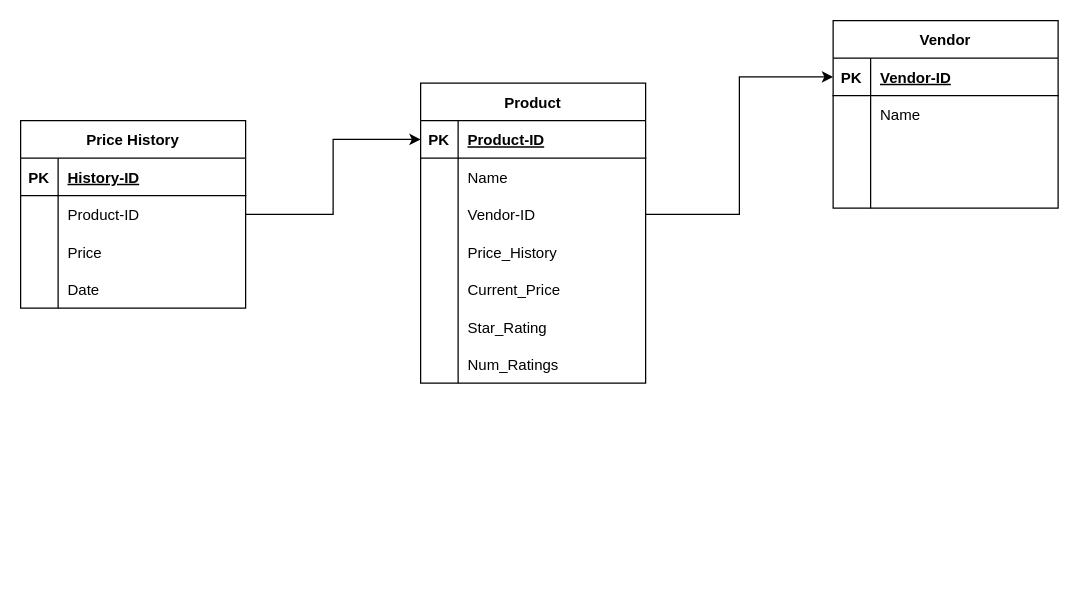
This is page "Page-1" (1 of 2) of db.drawio from willowsalicaceae/pluginpricing, a draw.io file, before an edit. Source tidied: cells renumbered, new cells numbered last; positions are measured from the earlier drawing's top-left corner, leaving out a move shared by most shapes. Both pictures are drawn from the tidied source at 125%, with x=0, y=0 at pixel (20, 20).
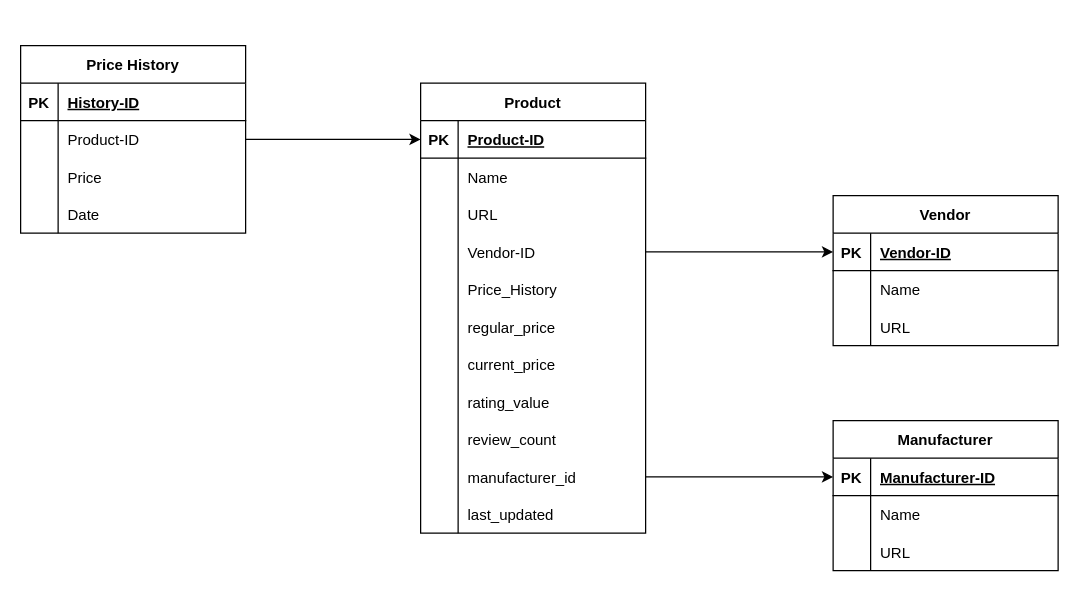
The same diagram, later.

Unchanged cells that the change refers to:
```xml
<mxCell id="9" style="shape=tableRow;horizontal=0;startSize=0;swimlaneHead=0;swimlaneBody=0;fillColor=none;top=0;left=0;right=0;bottom=0;" parent="2" vertex="1">
  <mxGeometry y="90" width="180" height="30" as="geometry" />
</mxCell>
```

Change to the diagram source:
```diff
@@
     <mxCell id="2" value="Vendor" style="shape=table;startSize=30;childLayout=tableLayout;rowLines=0;fontStyle=1;align=center;" parent="1" vertex="1">
-      <mxGeometry x="650" width="180" height="150" as="geometry" />
+      <mxGeometry x="650" y="140" width="180" height="120" as="geometry" />
     </mxCell>
@@
-    <mxCell id="11" style="shape=partialRectangle;fillColor=none;top=0;left=0;bottom=0;right=0;align=left;spacingLeft=6;overflow=hidden;" parent="9" vertex="1">
+    <mxCell id="11" value="URL" style="shape=partialRectangle;fillColor=none;top=0;left=0;bottom=0;right=0;align=left;spacingLeft=6;overflow=hidden;" parent="9" vertex="1">
       <mxGeometry x="30" width="150" height="30" as="geometry" />
     </mxCell>
-    <mxCell id="12" style="shape=tableRow;horizontal=0;startSize=0;swimlaneHead=0;swimlaneBody=0;fillColor=none;top=0;left=0;right=0;bottom=0;" parent="2" vertex="1">
-      <mxGeometry y="120" width="180" height="30" as="geometry" />
-    </mxCell>
-    <mxCell id="13" style="shape=partialRectangle;fillColor=none;top=0;left=0;bottom=0;right=0;overflow=hidden;" parent="12" vertex="1">
-      <mxGeometry width="30" height="30" as="geometry" />
-    </mxCell>
-    <mxCell id="14" style="shape=partialRectangle;fillColor=none;top=0;left=0;bottom=0;right=0;align=left;spacingLeft=6;overflow=hidden;" parent="12" vertex="1">
-      <mxGeometry x="30" width="150" height="30" as="geometry" />
-    </mxCell>
     <mxCell id="15" value="Product" style="shape=table;startSize=30;childLayout=tableLayout;rowLines=0;fontStyle=1;align=center;" parent="1" vertex="1">
-      <mxGeometry x="320" y="50" width="180" height="240" as="geometry" />
+      <mxGeometry x="320" y="50" width="180" height="360" as="geometry" />
     </mxCell>
@@
+    <mxCell id="52" style="shape=tableRow;horizontal=0;startSize=0;swimlaneHead=0;swimlaneBody=0;fillColor=none;top=0;left=0;right=0;bottom=0;" parent="15" vertex="1">
+      <mxGeometry y="90" width="180" height="30" as="geometry" />
+    </mxCell>
+    <mxCell id="53" style="shape=partialRectangle;fillColor=none;top=0;left=0;bottom=0;right=0;overflow=hidden;" parent="52" vertex="1">
+      <mxGeometry width="30" height="30" as="geometry" />
+    </mxCell>
+    <mxCell id="54" value="URL" style="shape=partialRectangle;fillColor=none;top=0;left=0;bottom=0;right=0;align=left;spacingLeft=6;overflow=hidden;" parent="52" vertex="1">
+      <mxGeometry x="30" width="150" height="30" as="geometry" />
+    </mxCell>
     <mxCell id="22" style="shape=tableRow;horizontal=0;startSize=0;swimlaneHead=0;swimlaneBody=0;fillColor=none;points=[[0,0.5],[1,0.5]];portConstraint=eastwest;top=0;left=0;right=0;bottom=0;" parent="15" vertex="1">
-      <mxGeometry y="90" width="180" height="30" as="geometry" />
+      <mxGeometry y="120" width="180" height="30" as="geometry" />
     </mxCell>
@@
     <mxCell id="25" style="shape=tableRow;horizontal=0;startSize=0;swimlaneHead=0;swimlaneBody=0;fillColor=none;top=0;left=0;right=0;bottom=0;" parent="15" vertex="1">
-      <mxGeometry y="120" width="180" height="30" as="geometry" />
+      <mxGeometry y="150" width="180" height="30" as="geometry" />
     </mxCell>
@@
+    <mxCell id="55" style="shape=tableRow;horizontal=0;startSize=0;swimlaneHead=0;swimlaneBody=0;fillColor=none;top=0;left=0;right=0;bottom=0;" parent="15" vertex="1">
+      <mxGeometry y="180" width="180" height="30" as="geometry" />
+    </mxCell>
+    <mxCell id="56" style="shape=partialRectangle;fillColor=none;top=0;left=0;bottom=0;right=0;overflow=hidden;" parent="55" vertex="1">
+      <mxGeometry width="30" height="30" as="geometry" />
+    </mxCell>
+    <mxCell id="57" value="regular_price" style="shape=partialRectangle;fillColor=none;top=0;left=0;bottom=0;right=0;align=left;spacingLeft=6;overflow=hidden;" parent="55" vertex="1">
+      <mxGeometry x="30" width="150" height="30" as="geometry" />
+    </mxCell>
     <mxCell id="28" style="shape=tableRow;horizontal=0;startSize=0;swimlaneHead=0;swimlaneBody=0;fillColor=none;top=0;left=0;right=0;bottom=0;" parent="15" vertex="1">
-      <mxGeometry y="150" width="180" height="30" as="geometry" />
+      <mxGeometry y="210" width="180" height="30" as="geometry" />
     </mxCell>
@@
-    <mxCell id="30" value="Current_Price" style="shape=partialRectangle;fillColor=none;top=0;left=0;bottom=0;right=0;align=left;spacingLeft=6;overflow=hidden;" parent="28" vertex="1">
+    <mxCell id="30" value="current_price" style="shape=partialRectangle;fillColor=none;top=0;left=0;bottom=0;right=0;align=left;spacingLeft=6;overflow=hidden;" parent="28" vertex="1">
       <mxGeometry x="30" width="150" height="30" as="geometry" />
     </mxCell>
     <mxCell id="31" style="shape=tableRow;horizontal=0;startSize=0;swimlaneHead=0;swimlaneBody=0;fillColor=none;top=0;left=0;right=0;bottom=0;" parent="15" vertex="1">
-      <mxGeometry y="180" width="180" height="30" as="geometry" />
+      <mxGeometry y="240" width="180" height="30" as="geometry" />
     </mxCell>
@@
-    <mxCell id="33" value="Star_Rating" style="shape=partialRectangle;fillColor=none;top=0;left=0;bottom=0;right=0;align=left;spacingLeft=6;overflow=hidden;" parent="31" vertex="1">
+    <mxCell id="33" value="rating_value    " style="shape=partialRectangle;fillColor=none;top=0;left=0;bottom=0;right=0;align=left;spacingLeft=6;overflow=hidden;" parent="31" vertex="1">
       <mxGeometry x="30" width="150" height="30" as="geometry" />
     </mxCell>
     <mxCell id="34" style="shape=tableRow;horizontal=0;startSize=0;swimlaneHead=0;swimlaneBody=0;fillColor=none;top=0;left=0;right=0;bottom=0;" parent="15" vertex="1">
-      <mxGeometry y="210" width="180" height="30" as="geometry" />
+      <mxGeometry y="270" width="180" height="30" as="geometry" />
     </mxCell>
@@
-    <mxCell id="36" value="Num_Ratings" style="shape=partialRectangle;fillColor=none;top=0;left=0;bottom=0;right=0;align=left;spacingLeft=6;overflow=hidden;" parent="34" vertex="1">
+    <mxCell id="36" value="review_count" style="shape=partialRectangle;fillColor=none;top=0;left=0;bottom=0;right=0;align=left;spacingLeft=6;overflow=hidden;" parent="34" vertex="1">
       <mxGeometry x="30" width="150" height="30" as="geometry" />
     </mxCell>
+    <mxCell id="58" style="shape=tableRow;horizontal=0;startSize=0;swimlaneHead=0;swimlaneBody=0;fillColor=none;points=[[0,0.5],[1,0.5]];portConstraint=eastwest;top=0;left=0;right=0;bottom=0;" parent="15" vertex="1">
+      <mxGeometry y="300" width="180" height="30" as="geometry" />
+    </mxCell>
+    <mxCell id="59" style="shape=partialRectangle;fillColor=none;top=0;left=0;bottom=0;right=0;overflow=hidden;" parent="58" vertex="1">
+      <mxGeometry width="30" height="30" as="geometry" />
+    </mxCell>
+    <mxCell id="60" value="manufacturer_id" style="shape=partialRectangle;fillColor=none;top=0;left=0;bottom=0;right=0;align=left;spacingLeft=6;overflow=hidden;" parent="58" vertex="1">
+      <mxGeometry x="30" width="150" height="30" as="geometry" />
+    </mxCell>
+    <mxCell id="61" style="shape=tableRow;horizontal=0;startSize=0;swimlaneHead=0;swimlaneBody=0;fillColor=none;top=0;left=0;right=0;bottom=0;" parent="15" vertex="1">
+      <mxGeometry y="330" width="180" height="30" as="geometry" />
+    </mxCell>
+    <mxCell id="62" style="shape=partialRectangle;fillColor=none;top=0;left=0;bottom=0;right=0;overflow=hidden;" parent="61" vertex="1">
+      <mxGeometry width="30" height="30" as="geometry" />
+    </mxCell>
+    <mxCell id="63" value="last_updated" style="shape=partialRectangle;fillColor=none;top=0;left=0;bottom=0;right=0;align=left;spacingLeft=6;overflow=hidden;" parent="61" vertex="1">
+      <mxGeometry x="30" width="150" height="30" as="geometry" />
+    </mxCell>
@@
     <mxCell id="39" value="Price History" style="shape=table;startSize=30;childLayout=tableLayout;rowLines=0;fontStyle=1;align=center;" parent="1" vertex="1">
-      <mxGeometry y="80" width="180" height="150" as="geometry" />
+      <mxGeometry y="20" width="180" height="150" as="geometry" />
     </mxCell>
@@
+    <mxCell id="64" value="Manufacturer" style="shape=table;startSize=30;childLayout=tableLayout;rowLines=0;fontStyle=1;align=center;" parent="1" vertex="1">
+      <mxGeometry x="650" y="320" width="180" height="120" as="geometry" />
+    </mxCell>
+    <mxCell id="65" style="shape=tableRow;horizontal=0;startSize=0;swimlaneHead=0;swimlaneBody=0;fillColor=none;points=[[0,0.5],[1,0.5]];portConstraint=eastwest;top=0;left=0;right=0;bottom=1;" parent="64" vertex="1">
+      <mxGeometry y="30" width="180" height="30" as="geometry" />
+    </mxCell>
+    <mxCell id="66" value="PK" style="shape=partialRectangle;fillColor=none;top=0;left=0;bottom=0;right=0;fontStyle=1;overflow=hidden;" parent="65" vertex="1">
+      <mxGeometry width="30" height="30" as="geometry" />
+    </mxCell>
+    <mxCell id="67" value="Manufacturer-ID" style="shape=partialRectangle;fillColor=none;top=0;left=0;bottom=0;right=0;align=left;spacingLeft=6;fontStyle=5;overflow=hidden;" parent="65" vertex="1">
+      <mxGeometry x="30" width="150" height="30" as="geometry" />
+    </mxCell>
+    <mxCell id="68" style="shape=tableRow;horizontal=0;startSize=0;swimlaneHead=0;swimlaneBody=0;fillColor=none;top=0;left=0;right=0;bottom=0;" parent="64" vertex="1">
+      <mxGeometry y="60" width="180" height="30" as="geometry" />
+    </mxCell>
+    <mxCell id="69" style="shape=partialRectangle;fillColor=none;top=0;left=0;bottom=0;right=0;overflow=hidden;" parent="68" vertex="1">
+      <mxGeometry width="30" height="30" as="geometry" />
+    </mxCell>
+    <mxCell id="70" value="Name" style="shape=partialRectangle;fillColor=none;top=0;left=0;bottom=0;right=0;align=left;spacingLeft=6;overflow=hidden;" parent="68" vertex="1">
+      <mxGeometry x="30" width="150" height="30" as="geometry" />
+    </mxCell>
+    <mxCell id="71" style="shape=tableRow;horizontal=0;startSize=0;swimlaneHead=0;swimlaneBody=0;fillColor=none;top=0;left=0;right=0;bottom=0;" parent="64" vertex="1">
+      <mxGeometry y="90" width="180" height="30" as="geometry" />
+    </mxCell>
+    <mxCell id="72" style="shape=partialRectangle;fillColor=none;top=0;left=0;bottom=0;right=0;overflow=hidden;" parent="71" vertex="1">
+      <mxGeometry width="30" height="30" as="geometry" />
+    </mxCell>
+    <mxCell id="73" value="URL" style="shape=partialRectangle;fillColor=none;top=0;left=0;bottom=0;right=0;align=left;spacingLeft=6;overflow=hidden;" parent="71" vertex="1">
+      <mxGeometry x="30" width="150" height="30" as="geometry" />
+    </mxCell>
+    <mxCell id="74" style="edgeStyle=orthogonalEdgeStyle;rounded=0;jettySize=auto;html=1;" parent="1" edge="1" source="58" target="65">
+      <mxGeometry relative="1" as="geometry" />
+    </mxCell>
```
